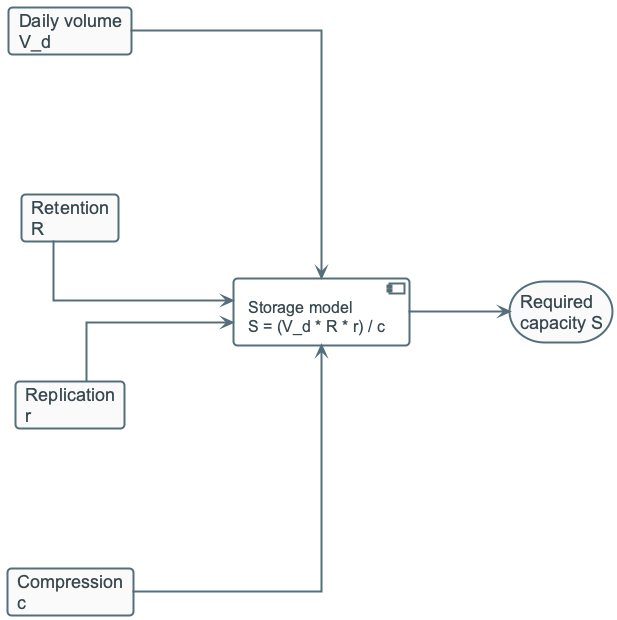
Before: diagrams/week01/week1_storage_capacity_relation.png, a diagram exported from PlantUML (OrPerets/data-engineering-course). The source it was exported from:
```plantuml
@startuml
!include ../_template_styles.puml

left to right direction

card "Daily volume\nV_d" as V
card "Retention\nR" as R
card "Replication\nr" as RP
card "Compression\nc" as C
component "Storage model\nS = (V_d * R * r) / c" as F
storage "Required\ncapacity S" as OUT

V --> F
R --> F
RP --> F
C --> F
F --> OUT

@enduml
```
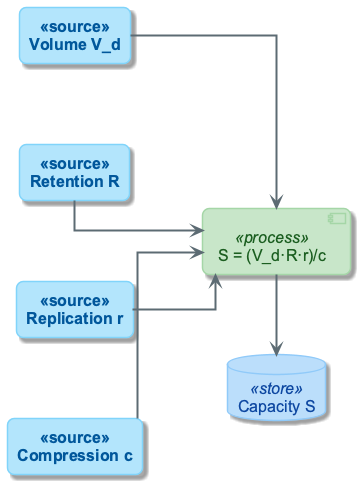
After the change.

Diff of the diagram source:
```diff
@@ -1,19 +1,23 @@
 @startuml
 !include ../_template_styles.puml
+!include _week1_visual_style.puml
 
 left to right direction
+skinparam nodesep 80
+skinparam ranksep 60
 
-card "Daily volume\nV_d" as V
-card "Retention\nR" as R
-card "Replication\nr" as RP
-card "Compression\nc" as C
-component "Storage model\nS = (V_d * R * r) / c" as F
-storage "Required\ncapacity S" as OUT
+rectangle "Volume V_d" as V <<source>>
+rectangle "Retention R" as R <<source>>
+rectangle "Replication r" as RP <<source>>
+rectangle "Compression c" as C <<source>>
 
-V --> F
-R --> F
-RP --> F
-C --> F
-F --> OUT
+component "S = (V_d·R·r)/c" as F <<process>>
+database "Capacity S" as OUT <<store>>
+
+V -down-> F
+R -down-> F
+RP -down-> F
+C -down-> F
+F -right-> OUT
 
 @enduml
```
